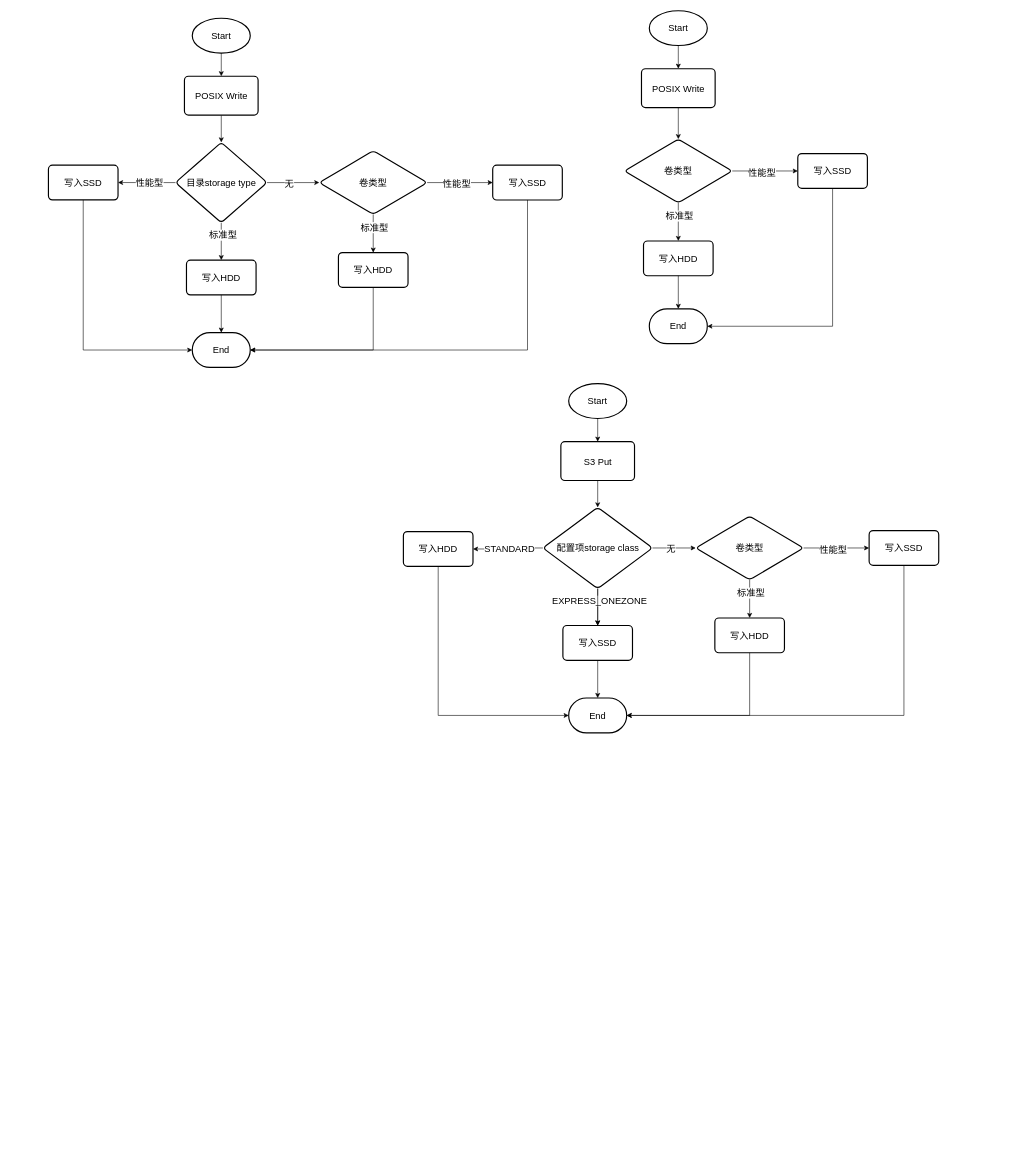
The draw.io diagram tiered storage.drawio in ydh12356890/DiDiDraw, before the edit. Source tidied: cells renumbered, new cells numbered last; positions are measured from the earlier drawing's top-left corner, leaving out a move shared by most shapes. Both pictures are drawn from the tidied source at 58%, with x=0, y=0 at pixel (48, 10).
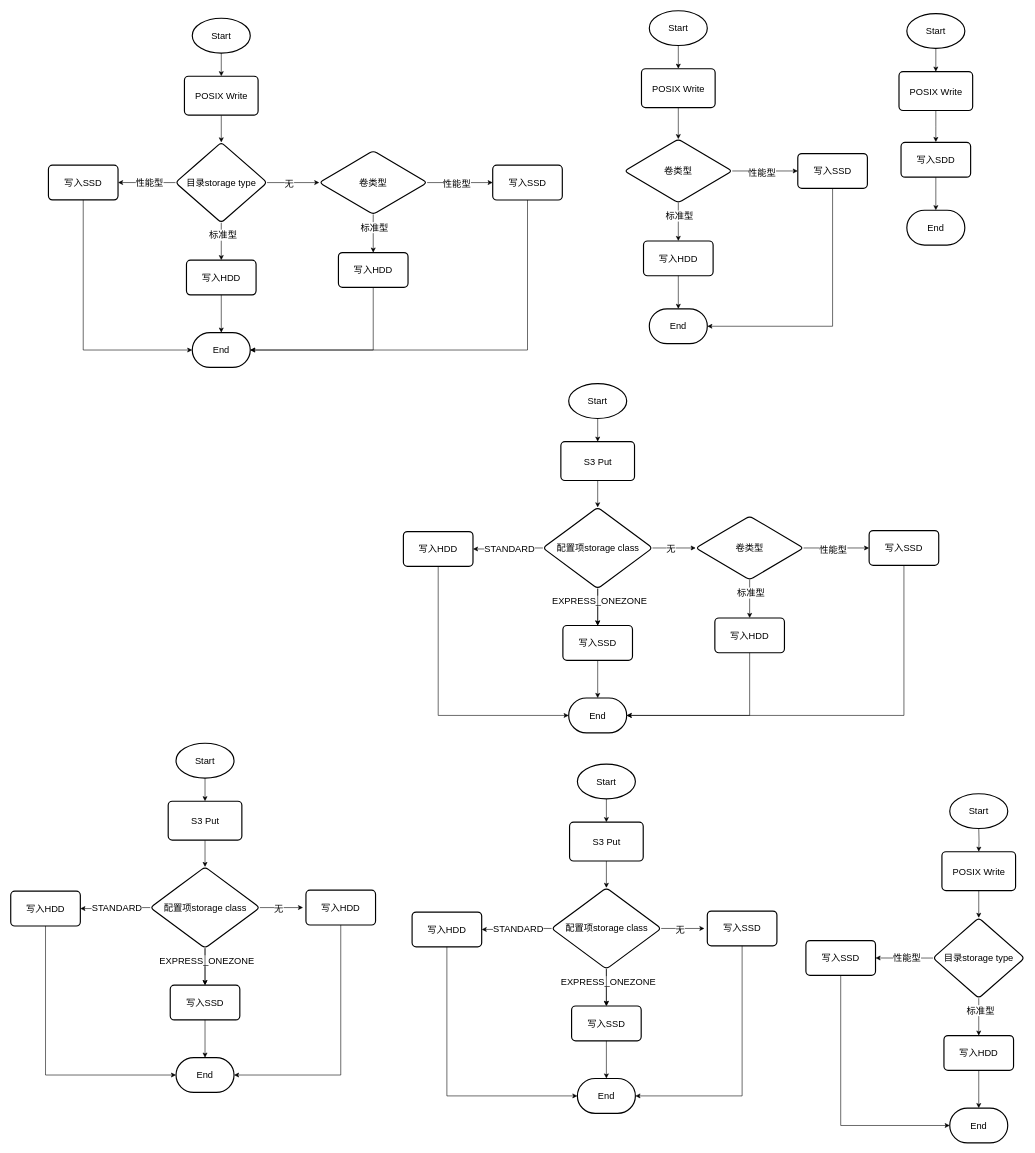
Above is the later version.

What changed in the source:
```diff
@@
+    <mxCell id="67" value="End" style="strokeWidth=2;html=1;shape=mxgraph.flowchart.terminator;whiteSpace=wrap;fontSize=16;" parent="1" vertex="1">
+      <mxGeometry x="220" y="1805" width="100" height="60" as="geometry" />
+    </mxCell>
+    <mxCell id="68" style="edgeStyle=orthogonalEdgeStyle;rounded=0;jettySize=auto;html=1;exitX=0.5;exitY=1;exitDx=0;exitDy=0;exitPerimeter=0;entryX=0.5;entryY=0;entryDx=0;entryDy=0;fontSize=16;" parent="1" edge="1" source="69" target="71">
+      <mxGeometry relative="1" as="geometry" />
+    </mxCell>
+    <mxCell id="69" value="Start" style="strokeWidth=2;html=1;shape=mxgraph.flowchart.start_1;whiteSpace=wrap;fontSize=16;" parent="1" vertex="1">
+      <mxGeometry x="220" y="1263" width="100" height="60" as="geometry" />
+    </mxCell>
+    <mxCell id="70" style="edgeStyle=orthogonalEdgeStyle;rounded=0;jettySize=auto;html=1;fontSize=16;" parent="1" edge="1" source="71" target="79">
+      <mxGeometry relative="1" as="geometry" />
+    </mxCell>
+    <mxCell id="71" value="S3 Put" style="rounded=1;whiteSpace=wrap;html=1;absoluteArcSize=1;arcSize=14;strokeWidth=2;fontSize=16;" parent="1" vertex="1">
+      <mxGeometry x="206.5" y="1363" width="127" height="67" as="geometry" />
+    </mxCell>
+    <mxCell id="72" style="edgeStyle=orthogonalEdgeStyle;rounded=0;jettySize=auto;html=1;fontSize=16;" parent="1" edge="1" source="79" target="80">
+      <mxGeometry relative="1" as="geometry" />
+    </mxCell>
+    <mxCell id="73" value="EXPRESS_ONEZONE" style="edgeLabel;html=1;align=center;verticalAlign=middle;fontSize=16;" parent="72" vertex="1">
+      <mxGeometry x="-0.35" y="2" relative="1" as="geometry" />
+    </mxCell>
+    <mxCell id="74" style="edgeStyle=orthogonalEdgeStyle;rounded=0;jettySize=auto;html=1;fontSize=16;" parent="1" edge="1" source="79" target="81">
+      <mxGeometry relative="1" as="geometry" />
+    </mxCell>
+    <mxCell id="75" value="STANDARD" style="edgeLabel;html=1;align=center;verticalAlign=middle;fontSize=16;" parent="74" vertex="1">
+      <mxGeometry x="-0.18" y="3" relative="1" as="geometry">
+        <mxPoint x="-8" y="-3" as="offset" />
+      </mxGeometry>
+    </mxCell>
+    <mxCell id="76" style="edgeStyle=orthogonalEdgeStyle;rounded=0;jettySize=auto;html=1;fontSize=16;" parent="1" edge="1" source="79">
+      <mxGeometry relative="1" as="geometry">
+        <mxPoint x="439" y="1546.3" as="targetPoint" />
+      </mxGeometry>
+    </mxCell>
+    <mxCell id="77" value="无" style="edgeLabel;html=1;align=center;verticalAlign=middle;fontSize=16;" parent="76" vertex="1">
+      <mxGeometry x="-0.16" y="-1" relative="1" as="geometry" />
+    </mxCell>
+    <mxCell id="78" style="edgeStyle=orthogonalEdgeStyle;rounded=0;jettySize=auto;html=1;" parent="1" edge="1" source="79" target="80">
+      <mxGeometry relative="1" as="geometry" />
+    </mxCell>
+    <mxCell id="79" value="配置项storage class" style="rhombus;whiteSpace=wrap;html=1;rounded=1;absoluteArcSize=1;arcSize=14;strokeWidth=2;fontSize=16;" parent="1" vertex="1">
+      <mxGeometry x="175.5" y="1476.3" width="189" height="140" as="geometry" />
+    </mxCell>
+    <mxCell id="80" value="写入SSD" style="whiteSpace=wrap;html=1;fontSize=16;rounded=1;absoluteArcSize=1;arcSize=14;strokeWidth=2;" parent="1" vertex="1">
+      <mxGeometry x="210" y="1680" width="120" height="60" as="geometry" />
+    </mxCell>
+    <mxCell id="81" value="写入HDD" style="whiteSpace=wrap;html=1;fontSize=16;rounded=1;absoluteArcSize=1;arcSize=14;strokeWidth=2;" parent="1" vertex="1">
+      <mxGeometry x="-65" y="1518" width="120" height="60" as="geometry" />
+    </mxCell>
+    <mxCell id="82" style="edgeStyle=orthogonalEdgeStyle;rounded=0;jettySize=auto;html=1;exitX=0.5;exitY=1;exitDx=0;exitDy=0;entryX=0;entryY=0.5;entryDx=0;entryDy=0;entryPerimeter=0;fontSize=16;" parent="1" edge="1" source="81" target="67">
+      <mxGeometry relative="1" as="geometry" />
+    </mxCell>
+    <mxCell id="83" style="edgeStyle=orthogonalEdgeStyle;rounded=0;jettySize=auto;html=1;exitX=0.5;exitY=1;exitDx=0;exitDy=0;entryX=0.5;entryY=0;entryDx=0;entryDy=0;entryPerimeter=0;fontSize=16;" parent="1" edge="1" source="80" target="67">
+      <mxGeometry relative="1" as="geometry" />
+    </mxCell>
+    <mxCell id="84" value="写入HDD" style="whiteSpace=wrap;html=1;fontSize=16;rounded=1;absoluteArcSize=1;arcSize=14;strokeWidth=2;" parent="1" vertex="1">
+      <mxGeometry x="444" y="1516.3" width="120" height="60" as="geometry" />
+    </mxCell>
+    <mxCell id="85" style="edgeStyle=orthogonalEdgeStyle;rounded=0;jettySize=auto;html=1;exitX=0.5;exitY=1;exitDx=0;exitDy=0;entryX=1;entryY=0.5;entryDx=0;entryDy=0;entryPerimeter=0;fontSize=16;" parent="1" edge="1" source="84" target="67">
+      <mxGeometry relative="1" as="geometry" />
+    </mxCell>
+    <mxCell id="86" value="End" style="strokeWidth=2;html=1;shape=mxgraph.flowchart.terminator;whiteSpace=wrap;fontSize=16;" parent="1" vertex="1">
+      <mxGeometry x="1480" y="344" width="100" height="60" as="geometry" />
+    </mxCell>
+    <mxCell id="87" style="edgeStyle=orthogonalEdgeStyle;rounded=0;jettySize=auto;html=1;exitX=0.5;exitY=1;exitDx=0;exitDy=0;exitPerimeter=0;entryX=0.5;entryY=0;entryDx=0;entryDy=0;fontSize=16;" parent="1" edge="1" source="88" target="90">
+      <mxGeometry relative="1" as="geometry" />
+    </mxCell>
+    <mxCell id="88" value="Start" style="strokeWidth=2;html=1;shape=mxgraph.flowchart.start_1;whiteSpace=wrap;fontSize=16;" parent="1" vertex="1">
+      <mxGeometry x="1480" y="5" width="100" height="60" as="geometry" />
+    </mxCell>
+    <mxCell id="89" style="edgeStyle=orthogonalEdgeStyle;rounded=0;jettySize=auto;html=1;fontSize=16;entryX=0.5;entryY=0;entryDx=0;entryDy=0;" parent="1" edge="1" source="90">
+      <mxGeometry relative="1" as="geometry">
+        <mxPoint x="1530" y="226.4" as="targetPoint" />
+      </mxGeometry>
+    </mxCell>
+    <mxCell id="90" value="POSIX Write" style="rounded=1;whiteSpace=wrap;html=1;absoluteArcSize=1;arcSize=14;strokeWidth=2;fontSize=16;" parent="1" vertex="1">
+      <mxGeometry x="1466.5" y="105" width="127" height="67" as="geometry" />
+    </mxCell>
+    <mxCell id="91" value="写入SDD" style="whiteSpace=wrap;html=1;fontSize=16;rounded=1;absoluteArcSize=1;arcSize=14;strokeWidth=2;" parent="1" vertex="1">
+      <mxGeometry x="1470" y="227" width="120" height="60" as="geometry" />
+    </mxCell>
+    <mxCell id="92" style="edgeStyle=orthogonalEdgeStyle;rounded=0;jettySize=auto;html=1;exitX=0.5;exitY=1;exitDx=0;exitDy=0;entryX=0.5;entryY=0;entryDx=0;entryDy=0;entryPerimeter=0;" parent="1" edge="1" source="91" target="86">
+      <mxGeometry relative="1" as="geometry" />
+    </mxCell>
+    <mxCell id="93" value="End" style="strokeWidth=2;html=1;shape=mxgraph.flowchart.terminator;whiteSpace=wrap;fontSize=16;" parent="1" vertex="1">
+      <mxGeometry x="912" y="1841" width="100" height="60" as="geometry" />
+    </mxCell>
+    <mxCell id="94" style="edgeStyle=orthogonalEdgeStyle;rounded=0;jettySize=auto;html=1;exitX=0.5;exitY=1;exitDx=0;exitDy=0;exitPerimeter=0;entryX=0.5;entryY=0;entryDx=0;entryDy=0;fontSize=16;" parent="1" edge="1" source="95" target="97">
+      <mxGeometry relative="1" as="geometry" />
+    </mxCell>
+    <mxCell id="95" value="Start" style="strokeWidth=2;html=1;shape=mxgraph.flowchart.start_1;whiteSpace=wrap;fontSize=16;" parent="1" vertex="1">
+      <mxGeometry x="912" y="1299" width="100" height="60" as="geometry" />
+    </mxCell>
+    <mxCell id="96" style="edgeStyle=orthogonalEdgeStyle;rounded=0;jettySize=auto;html=1;fontSize=16;" parent="1" edge="1" source="97" target="105">
+      <mxGeometry relative="1" as="geometry" />
+    </mxCell>
+    <mxCell id="97" value="S3 Put" style="rounded=1;whiteSpace=wrap;html=1;absoluteArcSize=1;arcSize=14;strokeWidth=2;fontSize=16;" parent="1" vertex="1">
+      <mxGeometry x="898.5" y="1399" width="127" height="67" as="geometry" />
+    </mxCell>
+    <mxCell id="98" style="edgeStyle=orthogonalEdgeStyle;rounded=0;jettySize=auto;html=1;fontSize=16;" parent="1" edge="1" source="105" target="106">
+      <mxGeometry relative="1" as="geometry" />
+    </mxCell>
+    <mxCell id="99" value="EXPRESS_ONEZONE" style="edgeLabel;html=1;align=center;verticalAlign=middle;fontSize=16;" parent="98" vertex="1">
+      <mxGeometry x="-0.35" y="2" relative="1" as="geometry" />
+    </mxCell>
+    <mxCell id="100" style="edgeStyle=orthogonalEdgeStyle;rounded=0;jettySize=auto;html=1;fontSize=16;" parent="1" edge="1" source="105" target="107">
+      <mxGeometry relative="1" as="geometry" />
+    </mxCell>
+    <mxCell id="101" value="STANDARD" style="edgeLabel;html=1;align=center;verticalAlign=middle;fontSize=16;" parent="100" vertex="1">
+      <mxGeometry x="-0.18" y="3" relative="1" as="geometry">
+        <mxPoint x="-8" y="-3" as="offset" />
+      </mxGeometry>
+    </mxCell>
+    <mxCell id="102" style="edgeStyle=orthogonalEdgeStyle;rounded=0;jettySize=auto;html=1;fontSize=16;" parent="1" edge="1" source="105">
+      <mxGeometry relative="1" as="geometry">
+        <mxPoint x="1131" y="1582.3" as="targetPoint" />
+      </mxGeometry>
+    </mxCell>
+    <mxCell id="103" value="无" style="edgeLabel;html=1;align=center;verticalAlign=middle;fontSize=16;" parent="102" vertex="1">
+      <mxGeometry x="-0.16" y="-1" relative="1" as="geometry" />
+    </mxCell>
+    <mxCell id="104" style="edgeStyle=orthogonalEdgeStyle;rounded=0;jettySize=auto;html=1;" parent="1" edge="1" source="105" target="106">
+      <mxGeometry relative="1" as="geometry" />
+    </mxCell>
+    <mxCell id="105" value="配置项storage class" style="rhombus;whiteSpace=wrap;html=1;rounded=1;absoluteArcSize=1;arcSize=14;strokeWidth=2;fontSize=16;" parent="1" vertex="1">
+      <mxGeometry x="867.5" y="1512.3" width="189" height="140" as="geometry" />
+    </mxCell>
+    <mxCell id="106" value="写入SSD" style="whiteSpace=wrap;html=1;fontSize=16;rounded=1;absoluteArcSize=1;arcSize=14;strokeWidth=2;" parent="1" vertex="1">
+      <mxGeometry x="902" y="1716" width="120" height="60" as="geometry" />
+    </mxCell>
+    <mxCell id="107" value="写入HDD" style="whiteSpace=wrap;html=1;fontSize=16;rounded=1;absoluteArcSize=1;arcSize=14;strokeWidth=2;" parent="1" vertex="1">
+      <mxGeometry x="627" y="1554" width="120" height="60" as="geometry" />
+    </mxCell>
+    <mxCell id="108" style="edgeStyle=orthogonalEdgeStyle;rounded=0;jettySize=auto;html=1;exitX=0.5;exitY=1;exitDx=0;exitDy=0;entryX=0;entryY=0.5;entryDx=0;entryDy=0;entryPerimeter=0;fontSize=16;" parent="1" edge="1" source="107" target="93">
+      <mxGeometry relative="1" as="geometry" />
+    </mxCell>
+    <mxCell id="109" style="edgeStyle=orthogonalEdgeStyle;rounded=0;jettySize=auto;html=1;exitX=0.5;exitY=1;exitDx=0;exitDy=0;entryX=0.5;entryY=0;entryDx=0;entryDy=0;entryPerimeter=0;fontSize=16;" parent="1" edge="1" source="106" target="93">
+      <mxGeometry relative="1" as="geometry" />
+    </mxCell>
+    <mxCell id="110" value="写入SSD" style="whiteSpace=wrap;html=1;fontSize=16;rounded=1;absoluteArcSize=1;arcSize=14;strokeWidth=2;" parent="1" vertex="1">
+      <mxGeometry x="1136" y="1552.3" width="120" height="60" as="geometry" />
+    </mxCell>
+    <mxCell id="111" style="edgeStyle=orthogonalEdgeStyle;rounded=0;jettySize=auto;html=1;exitX=0.5;exitY=1;exitDx=0;exitDy=0;entryX=1;entryY=0.5;entryDx=0;entryDy=0;entryPerimeter=0;fontSize=16;" parent="1" edge="1" source="110" target="93">
+      <mxGeometry relative="1" as="geometry" />
+    </mxCell>
+    <mxCell id="112" value="End" style="strokeWidth=2;html=1;shape=mxgraph.flowchart.terminator;whiteSpace=wrap;fontSize=16;" parent="1" vertex="1">
+      <mxGeometry x="1554" y="1892" width="100" height="60" as="geometry" />
+    </mxCell>
+    <mxCell id="113" style="edgeStyle=orthogonalEdgeStyle;rounded=0;jettySize=auto;html=1;exitX=0.5;exitY=1;exitDx=0;exitDy=0;exitPerimeter=0;entryX=0.5;entryY=0;entryDx=0;entryDy=0;fontSize=16;" parent="1" edge="1" target="116">
+      <mxGeometry relative="1" as="geometry">
+        <mxPoint x="1604" y="1410" as="sourcePoint" />
+      </mxGeometry>
+    </mxCell>
+    <mxCell id="114" value="Start" style="strokeWidth=2;html=1;shape=mxgraph.flowchart.start_1;whiteSpace=wrap;fontSize=16;" parent="1" vertex="1">
+      <mxGeometry x="1554" y="1350" width="100" height="60" as="geometry" />
+    </mxCell>
+    <mxCell id="115" style="edgeStyle=orthogonalEdgeStyle;rounded=0;jettySize=auto;html=1;fontSize=16;" parent="1" edge="1" source="116" target="121">
+      <mxGeometry relative="1" as="geometry" />
+    </mxCell>
+    <mxCell id="116" value="POSIX Write" style="rounded=1;whiteSpace=wrap;html=1;absoluteArcSize=1;arcSize=14;strokeWidth=2;fontSize=16;" parent="1" vertex="1">
+      <mxGeometry x="1540.5" y="1450" width="127" height="67" as="geometry" />
+    </mxCell>
+    <mxCell id="117" style="edgeStyle=orthogonalEdgeStyle;rounded=0;jettySize=auto;html=1;fontSize=16;" parent="1" edge="1" source="121" target="122">
+      <mxGeometry relative="1" as="geometry" />
+    </mxCell>
+    <mxCell id="118" value="标准型" style="edgeLabel;html=1;align=center;verticalAlign=middle;fontSize=16;" parent="117" vertex="1">
+      <mxGeometry x="-0.35" y="2" relative="1" as="geometry" />
+    </mxCell>
+    <mxCell id="119" style="edgeStyle=orthogonalEdgeStyle;rounded=0;jettySize=auto;html=1;fontSize=16;" parent="1" edge="1" source="121" target="123">
+      <mxGeometry relative="1" as="geometry" />
+    </mxCell>
+    <mxCell id="120" value="性能型" style="edgeLabel;html=1;align=center;verticalAlign=middle;fontSize=16;" parent="119" vertex="1">
+      <mxGeometry x="-0.07" y="-1" relative="1" as="geometry" />
+    </mxCell>
+    <mxCell id="121" value="目录storage type" style="rhombus;whiteSpace=wrap;html=1;rounded=1;absoluteArcSize=1;arcSize=14;strokeWidth=2;fontSize=16;" parent="1" vertex="1">
+      <mxGeometry x="1525" y="1564" width="158" height="138.5" as="geometry" />
+    </mxCell>
+    <mxCell id="122" value="写入HDD" style="whiteSpace=wrap;html=1;fontSize=16;rounded=1;absoluteArcSize=1;arcSize=14;strokeWidth=2;" parent="1" vertex="1">
+      <mxGeometry x="1544" y="1767" width="120" height="60" as="geometry" />
+    </mxCell>
+    <mxCell id="123" value="写入SSD" style="whiteSpace=wrap;html=1;fontSize=16;rounded=1;absoluteArcSize=1;arcSize=14;strokeWidth=2;" parent="1" vertex="1">
+      <mxGeometry x="1306" y="1603.2" width="120" height="60" as="geometry" />
+    </mxCell>
+    <mxCell id="124" style="edgeStyle=orthogonalEdgeStyle;rounded=0;jettySize=auto;html=1;exitX=0.5;exitY=1;exitDx=0;exitDy=0;entryX=0;entryY=0.5;entryDx=0;entryDy=0;entryPerimeter=0;fontSize=16;" parent="1" edge="1" source="123" target="112">
+      <mxGeometry relative="1" as="geometry" />
+    </mxCell>
+    <mxCell id="125" style="edgeStyle=orthogonalEdgeStyle;rounded=0;jettySize=auto;html=1;exitX=0.5;exitY=1;exitDx=0;exitDy=0;entryX=0.5;entryY=0;entryDx=0;entryDy=0;entryPerimeter=0;fontSize=16;" parent="1" edge="1" source="122" target="112">
+      <mxGeometry relative="1" as="geometry" />
+    </mxCell>
```
